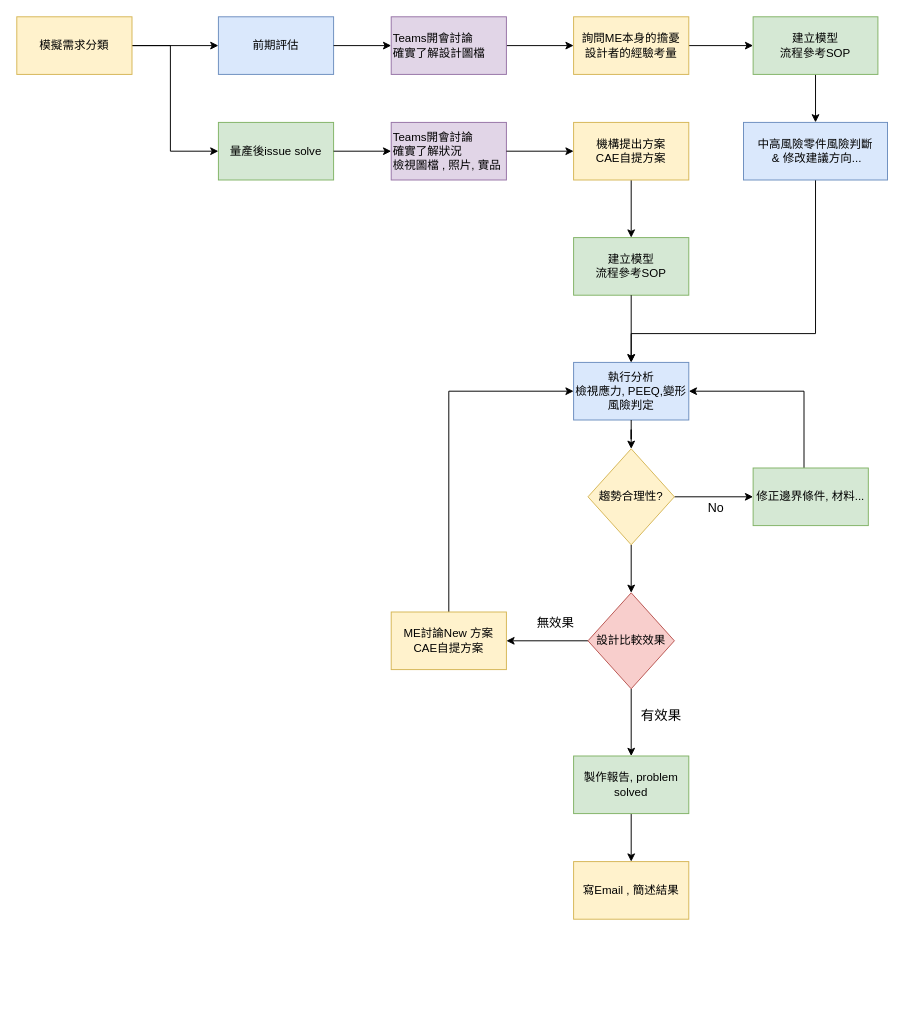
The draw.io diagram page "問題解決" (3 of 3) of CAE_process.drawio in TerryChan726/draw_io, before the edit. Source tidied: cells renumbered, new cells numbered last; positions are measured from the earlier drawing's top-left corner, leaving out a move shared by most shapes. Both pictures are drawn from the tidied source at 96%, with x=0, y=0 at pixel (16, 16).
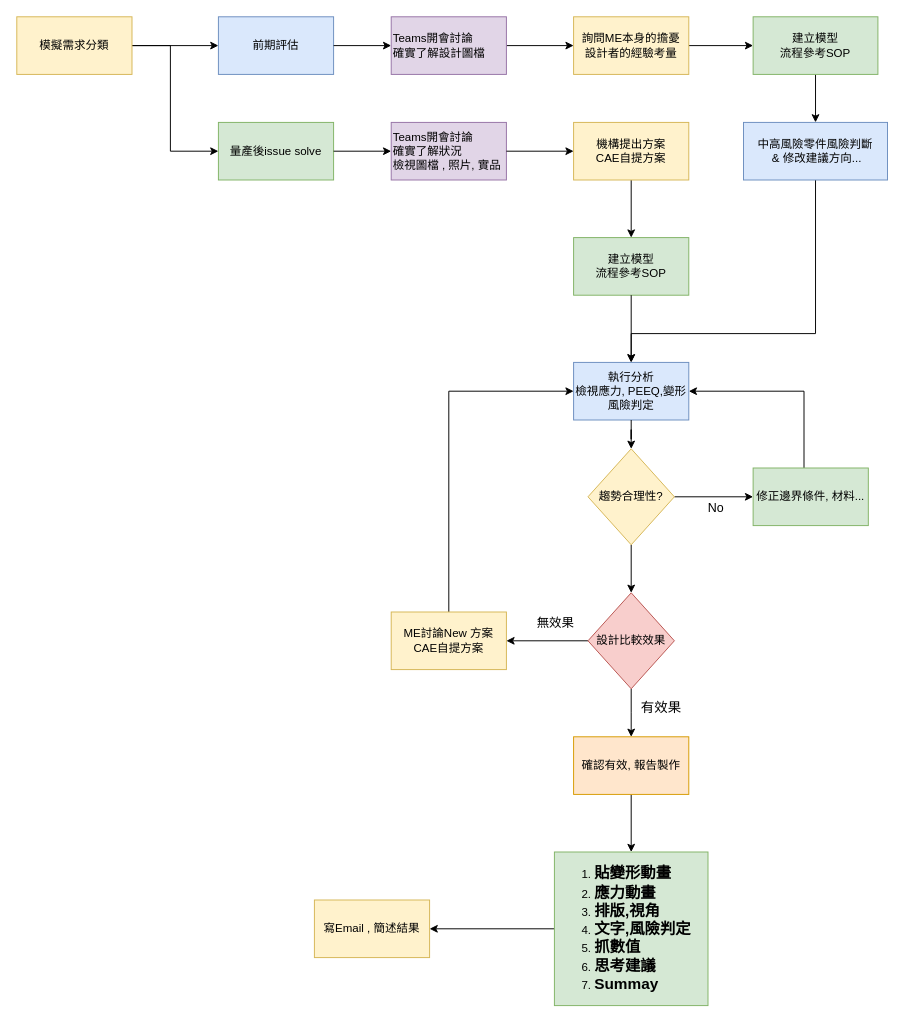
Above is the later version.

The change refers to these unchanged cells:
```xml
<mxCell id="21" value="設計比較效果" style="rhombus;whiteSpace=wrap;html=1;fillColor=#f8cecc;strokeColor=#b85450;rounded=0;" parent="1" vertex="1">
  <mxGeometry x="595" y="600" width="90" height="100" as="geometry" />
</mxCell>
```

Change to the diagram source:
```diff
@@
-    <mxCell id="17" style="edgeStyle=orthogonalEdgeStyle;rounded=0;jettySize=auto;html=1;" parent="1" edge="1" source="21" target="23">
-      <mxGeometry relative="1" as="geometry" />
+    <mxCell id="17" style="edgeStyle=orthogonalEdgeStyle;rounded=0;jettySize=auto;html=1;" parent="1" edge="1" source="21">
+      <mxGeometry relative="1" as="geometry">
+        <mxPoint x="640" y="750" as="targetPoint" />
+      </mxGeometry>
     </mxCell>
@@
-    <mxCell id="22" style="edgeStyle=orthogonalEdgeStyle;rounded=0;jettySize=auto;html=1;" parent="1" edge="1" source="23" target="40">
-      <mxGeometry relative="1" as="geometry" />
-    </mxCell>
-    <mxCell id="23" value="製作報告, problem solved" style="whiteSpace=wrap;html=1;fillColor=#d5e8d4;strokeColor=#82b366;rounded=0;" parent="1" vertex="1">
-      <mxGeometry x="580" y="770" width="120" height="60" as="geometry" />
-    </mxCell>
@@
     <mxCell id="40" value="寫Email , 簡述結果" style="whiteSpace=wrap;html=1;fillColor=#fff2cc;strokeColor=#d6b656;rounded=0;" parent="1" vertex="1">
-      <mxGeometry x="580" y="880" width="120" height="60" as="geometry" />
+      <mxGeometry x="310" y="920" width="120" height="60" as="geometry" />
     </mxCell>
+    <mxCell id="41" style="edgeStyle=orthogonalEdgeStyle;rounded=0;jettySize=auto;html=1;entryX=1;entryY=0.5;entryDx=0;entryDy=0;" parent="1" edge="1" source="42" target="40">
+      <mxGeometry relative="1" as="geometry" />
+    </mxCell>
+    <mxCell id="42" value="&lt;ol&gt;&lt;li&gt;&lt;b style=&quot;color: light-dark(rgb(0, 0, 0), rgb(255, 255, 255)); background-color: transparent; font-size: 16px;&quot;&gt;貼變形動畫&lt;/b&gt;&lt;/li&gt;&lt;li&gt;&lt;b style=&quot;color: light-dark(rgb(0, 0, 0), rgb(255, 255, 255)); background-color: transparent; font-size: 16px;&quot;&gt;應力動畫&lt;/b&gt;&lt;/li&gt;&lt;li&gt;&lt;b style=&quot;color: light-dark(rgb(0, 0, 0), rgb(255, 255, 255)); background-color: transparent; font-size: 16px;&quot;&gt;排版,視角&amp;nbsp;&lt;/b&gt;&lt;/li&gt;&lt;li&gt;&lt;b style=&quot;color: light-dark(rgb(0, 0, 0), rgb(255, 255, 255)); background-color: transparent; font-size: 16px;&quot;&gt;文字,風險判定&amp;nbsp;&lt;/b&gt;&lt;/li&gt;&lt;li&gt;&lt;b style=&quot;color: light-dark(rgb(0, 0, 0), rgb(255, 255, 255)); background-color: transparent; font-size: 16px;&quot;&gt;抓數值&lt;/b&gt;&lt;/li&gt;&lt;li&gt;&lt;b style=&quot;color: light-dark(rgb(0, 0, 0), rgb(255, 255, 255)); background-color: transparent; font-size: 16px;&quot;&gt;思考建議&lt;/b&gt;&lt;/li&gt;&lt;li&gt;&lt;b style=&quot;color: light-dark(rgb(0, 0, 0), rgb(255, 255, 255)); background-color: transparent; font-size: 16px;&quot;&gt;Summay&lt;/b&gt;&lt;/li&gt;&lt;/ol&gt;" style="whiteSpace=wrap;html=1;fillColor=#d5e8d4;strokeColor=#82b366;rounded=0;align=left;" parent="1" vertex="1">
+      <mxGeometry x="560" y="870" width="160" height="160" as="geometry" />
+    </mxCell>
+    <mxCell id="43" style="edgeStyle=orthogonalEdgeStyle;rounded=0;jettySize=auto;html=1;entryX=0.5;entryY=0;entryDx=0;entryDy=0;" parent="1" edge="1" source="44" target="42">
+      <mxGeometry relative="1" as="geometry" />
+    </mxCell>
+    <mxCell id="44" value="確認有效, 報告製作" style="rounded=0;whiteSpace=wrap;html=1;fillColor=#ffe6cc;strokeColor=#d79b00;" parent="1" vertex="1">
+      <mxGeometry x="580" y="750" width="120" height="60" as="geometry" />
+    </mxCell>
```
